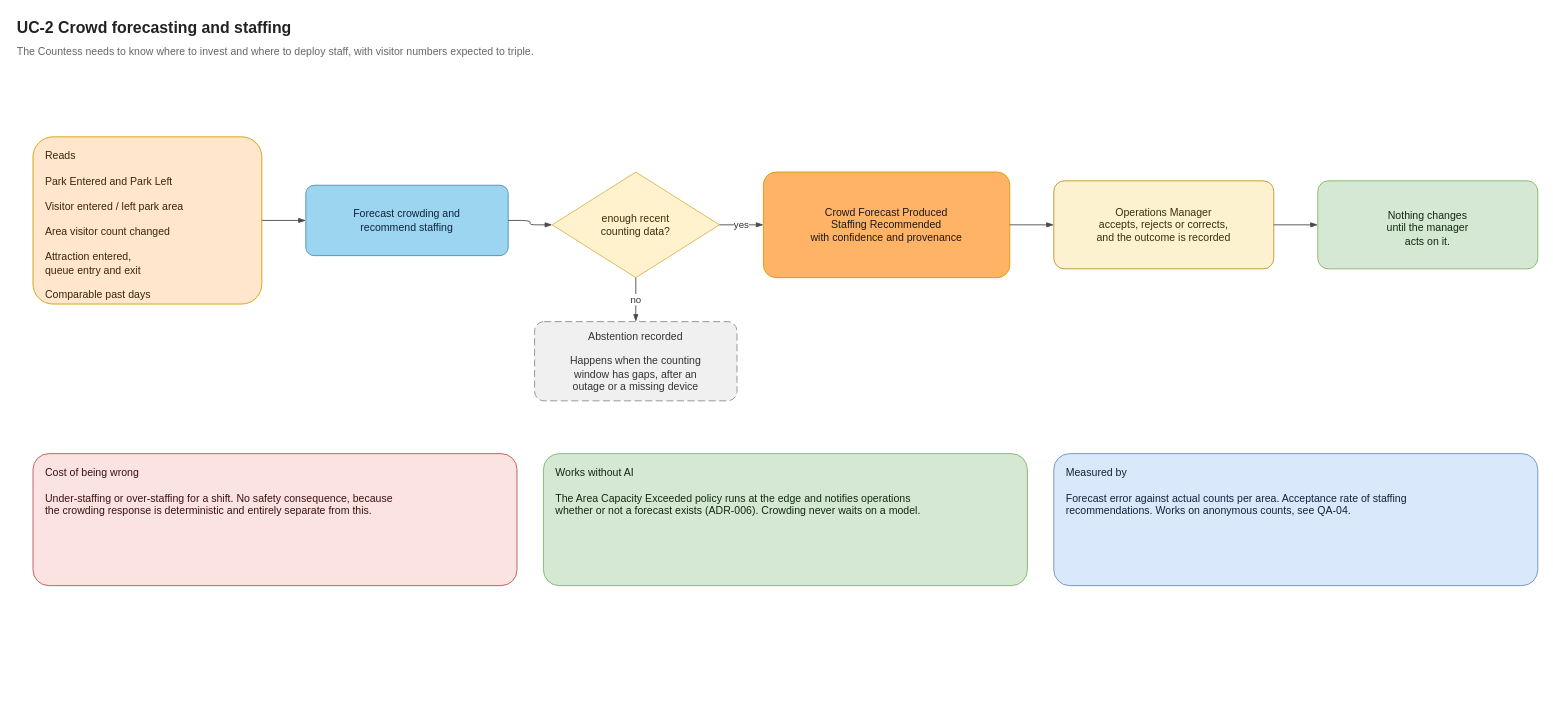
Before: page "UC-2 Crowd forecast and staffing" (3 of 4) of diagrams/ai-decision-support.drawio in malloc37/ByteDojoArchiKata2026, a draw.io diagram. Source tidied: cells renumbered, new cells numbered last; positions are measured from the earlier drawing's top-left corner, leaving out a move shared by most shapes. Both pictures are drawn from the tidied source at 88%, with x=0, y=0 at pixel (15, 15).
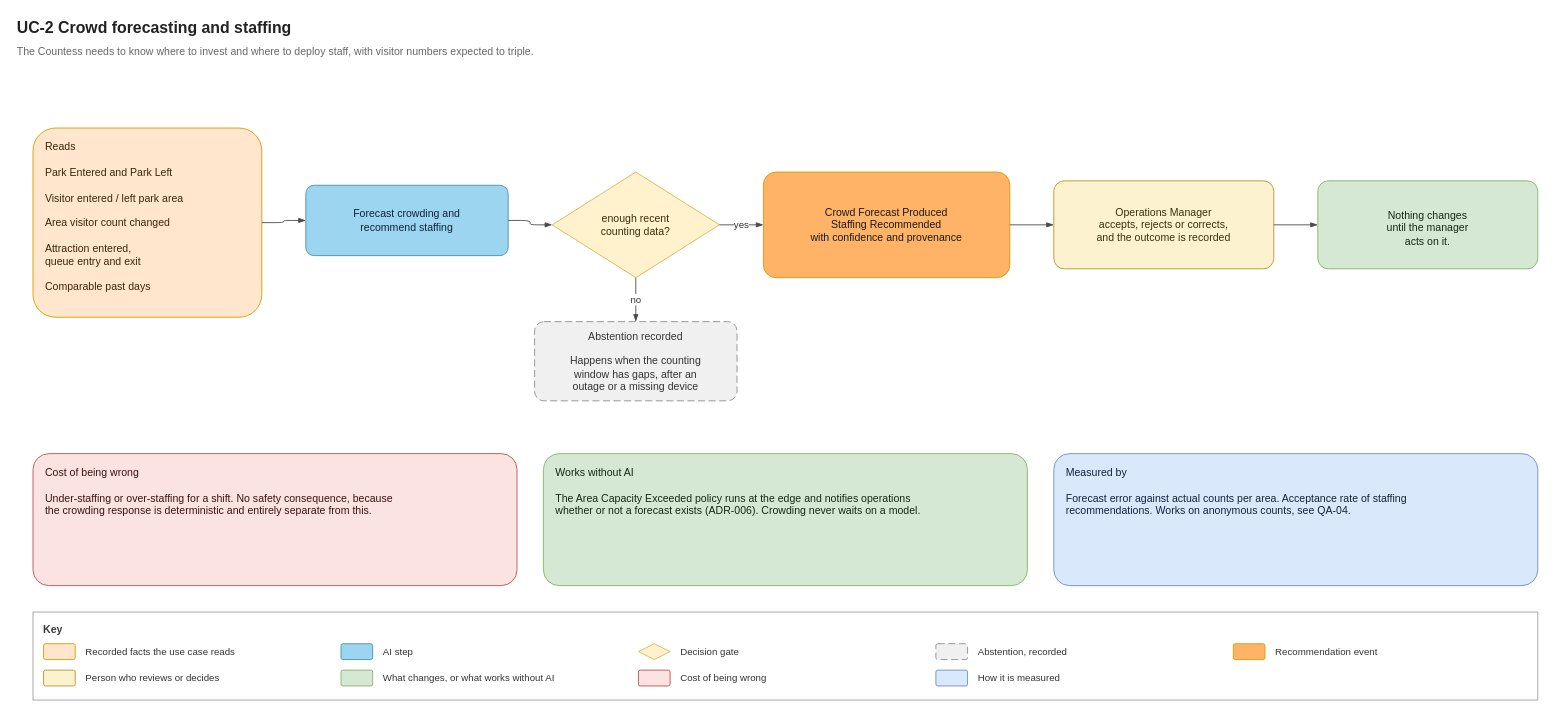
After the change.

Diff of the diagram source:
```diff
@@
     <mxCell id="4" value="Reads&#10;&#10;Park Entered and Park Left&#10;&#10;Visitor entered / left park area&#10;&#10;Area visitor count changed&#10;&#10;Attraction entered,&#10;queue entry and exit&#10;&#10;Comparable past days" style="rounded=1;whiteSpace=wrap;html=1;arcSize=12;fontSize=12;verticalAlign=middle;fillColor=#FFE6CC;strokeColor=#D79B00;fontColor=#3A2608;align=left;spacingLeft=12;verticalAlign=top;spacingTop=8;" parent="1" vertex="1">
-      <mxGeometry x="20" y="138" width="260" height="190" as="geometry" />
+      <mxGeometry x="20" y="128" width="260" height="215" as="geometry" />
     </mxCell>
@@
+    <mxCell id="20" value="Key" style="rounded=0;whiteSpace=wrap;html=1;fillColor=#FFFFFF;strokeColor=#9E9E9E;fontColor=#3A3A3A;align=left;verticalAlign=top;fontSize=12;fontStyle=1;spacingLeft=10;spacingTop=6;" parent="1" vertex="1">
+      <mxGeometry x="20" y="678" width="1710" height="100" as="geometry" />
+    </mxCell>
+    <mxCell id="21" style="rounded=1;whiteSpace=wrap;html=1;arcSize=12;fillColor=#FFE6CC;strokeColor=#D79B00;" parent="1" vertex="1">
+      <mxGeometry x="32" y="714" width="36" height="18" as="geometry" />
+    </mxCell>
+    <mxCell id="22" value="Recorded facts the use case reads" style="text;html=1;align=left;verticalAlign=middle;fontSize=11;fontColor=#333333;whiteSpace=wrap;" parent="1" vertex="1">
+      <mxGeometry x="78" y="710" width="284" height="26" as="geometry" />
+    </mxCell>
+    <mxCell id="23" style="rounded=1;whiteSpace=wrap;html=1;arcSize=12;fillColor=#9BD5F0;strokeColor=#4D8FAD;" parent="1" vertex="1">
+      <mxGeometry x="370" y="714" width="36" height="18" as="geometry" />
+    </mxCell>
+    <mxCell id="24" value="AI step" style="text;html=1;align=left;verticalAlign=middle;fontSize=11;fontColor=#333333;whiteSpace=wrap;" parent="1" vertex="1">
+      <mxGeometry x="416" y="710" width="284" height="26" as="geometry" />
+    </mxCell>
+    <mxCell id="25" style="rhombus;whiteSpace=wrap;html=1;fillColor=#FFF2CC;strokeColor=#D6B656;" parent="1" vertex="1">
+      <mxGeometry x="708" y="714" width="36" height="18" as="geometry" />
+    </mxCell>
+    <mxCell id="26" value="Decision gate" style="text;html=1;align=left;verticalAlign=middle;fontSize=11;fontColor=#333333;whiteSpace=wrap;" parent="1" vertex="1">
+      <mxGeometry x="754" y="710" width="284" height="26" as="geometry" />
+    </mxCell>
+    <mxCell id="27" style="rounded=1;whiteSpace=wrap;html=1;arcSize=12;fillColor=#F0F0F0;strokeColor=#8C8C8C;dashed=1;dashPattern=8 4;" parent="1" vertex="1">
+      <mxGeometry x="1046" y="714" width="36" height="18" as="geometry" />
+    </mxCell>
+    <mxCell id="28" value="Abstention, recorded" style="text;html=1;align=left;verticalAlign=middle;fontSize=11;fontColor=#333333;whiteSpace=wrap;" parent="1" vertex="1">
+      <mxGeometry x="1092" y="710" width="284" height="26" as="geometry" />
+    </mxCell>
+    <mxCell id="29" style="rounded=1;whiteSpace=wrap;html=1;arcSize=12;fillColor=#FFB366;strokeColor=#D79B00;" parent="1" vertex="1">
+      <mxGeometry x="1384" y="714" width="36" height="18" as="geometry" />
+    </mxCell>
+    <mxCell id="30" value="Recommendation event" style="text;html=1;align=left;verticalAlign=middle;fontSize=11;fontColor=#333333;whiteSpace=wrap;" parent="1" vertex="1">
+      <mxGeometry x="1430" y="710" width="284" height="26" as="geometry" />
+    </mxCell>
+    <mxCell id="31" style="rounded=1;whiteSpace=wrap;html=1;arcSize=12;fillColor=#FDF2D0;strokeColor=#B99326;" parent="1" vertex="1">
+      <mxGeometry x="32" y="744" width="36" height="18" as="geometry" />
+    </mxCell>
+    <mxCell id="32" value="Person who reviews or decides" style="text;html=1;align=left;verticalAlign=middle;fontSize=11;fontColor=#333333;whiteSpace=wrap;" parent="1" vertex="1">
+      <mxGeometry x="78" y="740" width="284" height="26" as="geometry" />
+    </mxCell>
+    <mxCell id="33" style="rounded=1;whiteSpace=wrap;html=1;arcSize=12;fillColor=#D5E8D4;strokeColor=#82B366;" parent="1" vertex="1">
+      <mxGeometry x="370" y="744" width="36" height="18" as="geometry" />
+    </mxCell>
+    <mxCell id="34" value="What changes, or what works without AI" style="text;html=1;align=left;verticalAlign=middle;fontSize=11;fontColor=#333333;whiteSpace=wrap;" parent="1" vertex="1">
+      <mxGeometry x="416" y="740" width="284" height="26" as="geometry" />
+    </mxCell>
+    <mxCell id="35" style="rounded=1;whiteSpace=wrap;html=1;arcSize=12;fillColor=#FBE3E2;strokeColor=#B85450;" parent="1" vertex="1">
+      <mxGeometry x="708" y="744" width="36" height="18" as="geometry" />
+    </mxCell>
+    <mxCell id="36" value="Cost of being wrong" style="text;html=1;align=left;verticalAlign=middle;fontSize=11;fontColor=#333333;whiteSpace=wrap;" parent="1" vertex="1">
+      <mxGeometry x="754" y="740" width="284" height="26" as="geometry" />
+    </mxCell>
+    <mxCell id="37" style="rounded=1;whiteSpace=wrap;html=1;arcSize=12;fillColor=#DAE8FC;strokeColor=#6C8EBF;" parent="1" vertex="1">
+      <mxGeometry x="1046" y="744" width="36" height="18" as="geometry" />
+    </mxCell>
+    <mxCell id="38" value="How it is measured" style="text;html=1;align=left;verticalAlign=middle;fontSize=11;fontColor=#333333;whiteSpace=wrap;" parent="1" vertex="1">
+      <mxGeometry x="1092" y="740" width="284" height="26" as="geometry" />
+    </mxCell>
```
